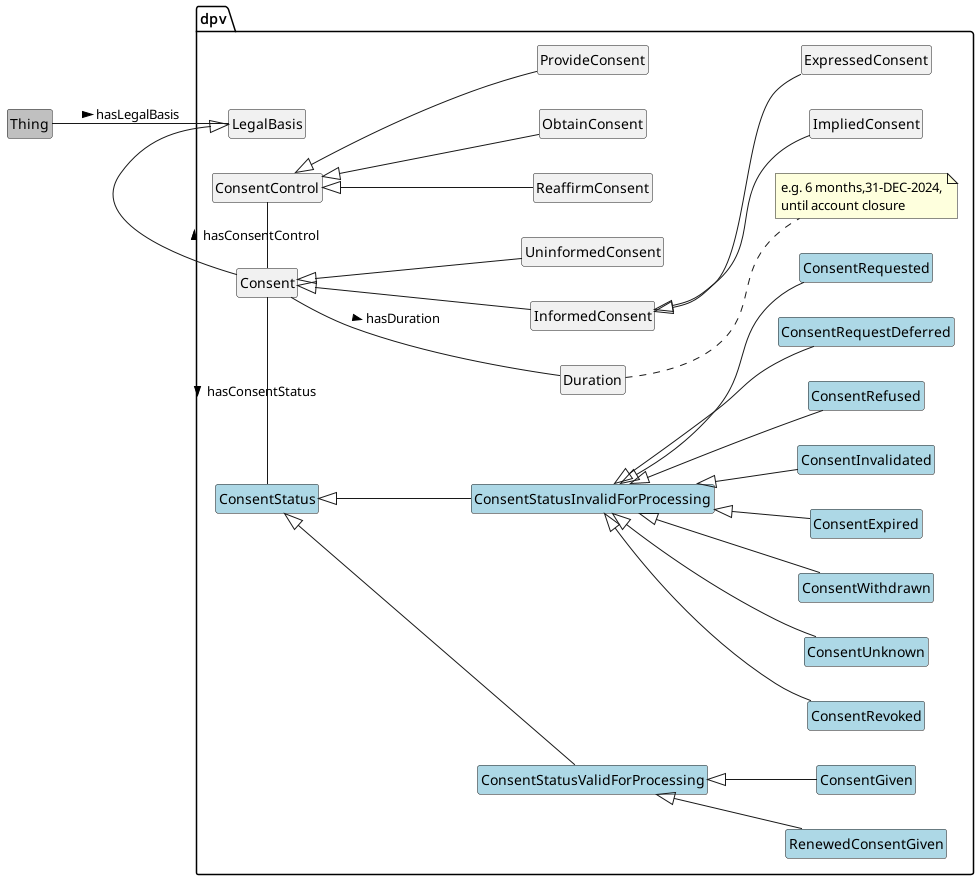
jeswr/dpv keeps this PlantUML diagram as diagrams/Consent.png. Above is the earlier version. Its source is kept beside it as 2.0/diagrams/plantuml/Consent.plantuml. Source of this version:
```plantuml
@startuml
!include style.plantuml
left to right direction

class Thing #silver
package dpv {
	class LegalBasis
	class Consent
	class InformedConsent
	class ExpressedConsent
	class ExplicitlyExpressedConsent
	class ImpliedConsent
	class UninformedConsent

	class ConsentStatus
	class ConsentStatusInvalidForProcessing
	class ConsentStatusValidForProcessing
	class ConsentExpired
	class ConsentInvalidated
	class ConsentRefused
	class ConsentRequestDeferred
	class ConsentRequested
	class ConsentRevoked
	class ConsentUnknown
	class ConsentWithdrawn
	class ConsentGiven
	class RenewedConsentGiven

	class ConsentControl
	class ObtainConsent
	class ProvideConsent
	class ReaffirmConsent

	class DataSubject
	class Entity
}

Thing -- LegalBasis: hasLegalBasis >
LegalBasis <|-l- Consent
Consent -- Entity : isIndicatedBy >
Consent -- DataSubject: hasDataSubject >
Entity <|-- DataSubject

Consent -- ConsentStatus: hasConsentStatus >
Consent -- ConsentControl: hasConsentControl >
ConsentStatus <|-- ConsentStatusValidForProcessing
ConsentStatus <|-- ConsentStatusInvalidForProcessing

ConsentControl <|-- ObtainConsent
ConsentControl <|-- ProvideConsent
ConsentControl <|-- ReaffirmConsent

Consent <|-- InformedConsent
InformedConsent <|-- ExpressedConsent
ExpressedConsent <|-- ExplicitlyExpressedConsent
InformedConsent <|-- ImpliedConsent
Consent <|-- UninformedConsent

ConsentStatusInvalidForProcessing <|-- ConsentExpired
ConsentStatusInvalidForProcessing <|-- ConsentInvalidated
ConsentStatusInvalidForProcessing <|-- ConsentRefused
ConsentStatusInvalidForProcessing <|-- ConsentRequestDeferred
ConsentStatusInvalidForProcessing <|-- ConsentRequested
ConsentStatusInvalidForProcessing <|-- ConsentRevoked
ConsentStatusInvalidForProcessing <|-- ConsentUnknown
ConsentStatusInvalidForProcessing <|-- ConsentWithdrawn
ConsentStatusValidForProcessing <|-- ConsentGiven
ConsentStatusValidForProcessing <|-- RenewedConsentGiven



@enduml
```
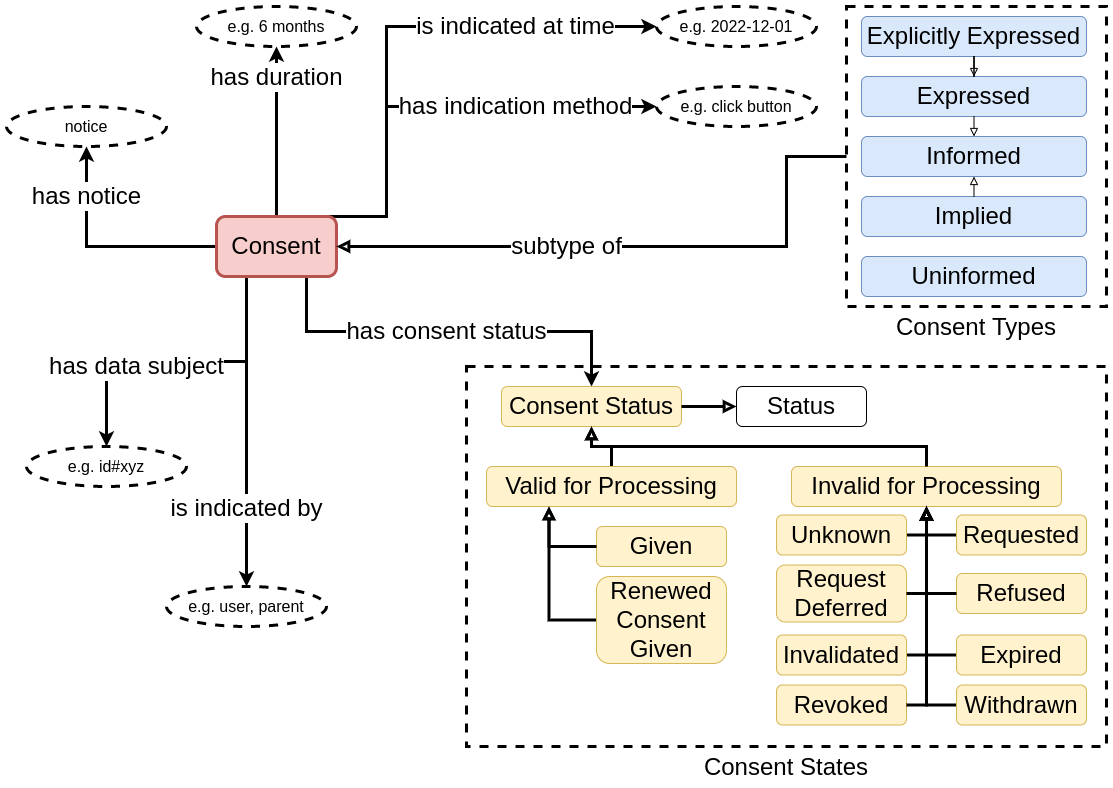
The same file after the commit.

What changed in the source:
```diff
@@ -8,41 +8,36 @@
 	class Consent
 	class InformedConsent
 	class ExpressedConsent
-	class ExplicitlyExpressedConsent
 	class ImpliedConsent
 	class UninformedConsent
 
-	class ConsentStatus
-	class ConsentStatusInvalidForProcessing
-	class ConsentStatusValidForProcessing
-	class ConsentExpired
-	class ConsentInvalidated
-	class ConsentRefused
-	class ConsentRequestDeferred
-	class ConsentRequested
-	class ConsentRevoked
-	class ConsentUnknown
-	class ConsentWithdrawn
-	class ConsentGiven
-	class RenewedConsentGiven
+	class ConsentStatus #LightBlue
+	class ConsentStatusInvalidForProcessing #LightBlue
+	class ConsentStatusValidForProcessing #LightBlue
+	class ConsentExpired #LightBlue
+	class ConsentInvalidated #LightBlue
+	class ConsentRefused #LightBlue
+	class ConsentRequestDeferred #LightBlue
+	class ConsentRequested #LightBlue
+	class ConsentRevoked #LightBlue
+	class ConsentUnknown #LightBlue
+	class ConsentWithdrawn #LightBlue
+	class ConsentGiven #LightBlue
+	class RenewedConsentGiven #LightBlue
+
+	class Duration
+	note right of Duration : e.g. 6 months,31-DEC-2024,\nuntil account closure
 
 	class ConsentControl
 	class ObtainConsent
 	class ProvideConsent
 	class ReaffirmConsent
-
-	class DataSubject
-	class Entity
 }
 
 Thing -- LegalBasis: hasLegalBasis >
 LegalBasis <|-l- Consent
-Consent -- Entity : isIndicatedBy >
-Consent -- DataSubject: hasDataSubject >
-Entity <|-- DataSubject
-
-Consent -- ConsentStatus: hasConsentStatus >
-Consent -- ConsentControl: hasConsentControl >
+Consent -l- ConsentStatus: hasConsentStatus >
+Consent -r- ConsentControl: hasConsentControl >
 ConsentStatus <|-- ConsentStatusValidForProcessing
 ConsentStatus <|-- ConsentStatusInvalidForProcessing
 
@@ -52,7 +47,6 @@
 
 Consent <|-- InformedConsent
 InformedConsent <|-- ExpressedConsent
-ExpressedConsent <|-- ExplicitlyExpressedConsent
 InformedConsent <|-- ImpliedConsent
 Consent <|-- UninformedConsent
 
@@ -67,6 +61,7 @@
 ConsentStatusValidForProcessing <|-- ConsentGiven
 ConsentStatusValidForProcessing <|-- RenewedConsentGiven
 
+Consent -- Duration : hasDuration >
 
 
 @enduml
```
